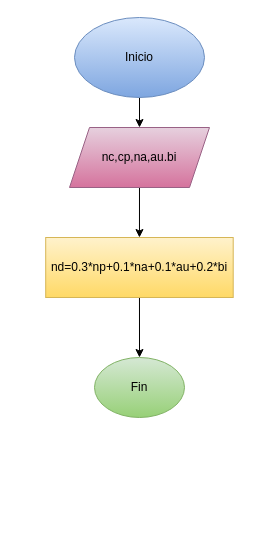
This is diagrama.drawio from mariaangeli/nota_definitiva_asignatura, a draw.io file, before an edit. Source tidied: cells renumbered, new cells numbered last; positions are measured from the earlier drawing's top-left corner, leaving out a move shared by most shapes. Both pictures are drawn from the tidied source at 100%, with x=0, y=0 at pixel (45, 17).
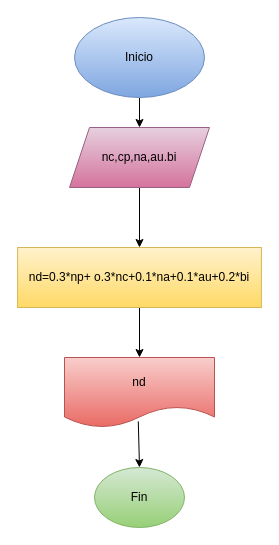
The same diagram, later.

Commit message (it also covers changes not shown here):
se creo formula de nota definitiva

What changed in the source:
```diff
@@
 <mxGraphModel>
   <root>
     <mxCell id="0" />
     <mxCell id="1" parent="0" />
     <mxCell id="2" style="edgeStyle=none;html=1;" parent="1" edge="1" source="3" target="5">
       <mxGeometry relative="1" as="geometry" />
     </mxCell>
     <mxCell id="3" value="&lt;font color=&quot;#000000&quot;&gt;Inicio&lt;/font&gt;" style="ellipse;whiteSpace=wrap;html=1;fillColor=#dae8fc;gradientColor=#7ea6e0;strokeColor=#6c8ebf;" parent="1" vertex="1">
       <mxGeometry x="29" width="130" height="80" as="geometry" />
     </mxCell>
     <mxCell id="4" style="edgeStyle=none;html=1;" parent="1" edge="1" source="5" target="7">
       <mxGeometry relative="1" as="geometry" />
     </mxCell>
     <mxCell id="5" value="&lt;font color=&quot;#000000&quot;&gt;nc,cp,na,au.bi&lt;/font&gt;" style="shape=parallelogram;perimeter=parallelogramPerimeter;whiteSpace=wrap;html=1;fixedSize=1;fillColor=#e6d0de;gradientColor=#d5739d;strokeColor=#996185;" parent="1" vertex="1">
       <mxGeometry x="24" y="110" width="140" height="60" as="geometry" />
     </mxCell>
-    <mxCell id="6" style="edgeStyle=none;html=1;" parent="1" edge="1" source="7" target="8">
+    <mxCell id="6" style="edgeStyle=none;html=1;exitX=0.5;exitY=1;exitDx=0;exitDy=0;entryX=0.5;entryY=0;entryDx=0;entryDy=0;" parent="1" edge="1" source="7" target="9">
       <mxGeometry relative="1" as="geometry" />
     </mxCell>
-    <mxCell id="7" value="&lt;font color=&quot;#000000&quot;&gt;nd=0.3*np+0.1*na+0.1*au+0.2*bi&lt;/font&gt;" style="whiteSpace=wrap;html=1;fillColor=#fff2cc;gradientColor=#ffd966;strokeColor=#d6b656;" parent="1" vertex="1">
-      <mxGeometry x="0.2" y="220" width="187.5" height="60" as="geometry" />
+    <mxCell id="7" value="&lt;font color=&quot;#000000&quot;&gt;nd=0.3*np+ o.3*nc+0.1*na+0.1*au+0.2*bi&lt;/font&gt;" style="whiteSpace=wrap;html=1;fillColor=#fff2cc;gradientColor=#ffd966;strokeColor=#d6b656;" parent="1" vertex="1">
+      <mxGeometry x="-27.9" y="230" width="243.8" height="60" as="geometry" />
     </mxCell>
     <mxCell id="8" value="&lt;font color=&quot;#000000&quot;&gt;Fin&lt;/font&gt;" style="ellipse;whiteSpace=wrap;html=1;fillColor=#d5e8d4;gradientColor=#97d077;strokeColor=#82b366;" parent="1" vertex="1">
-      <mxGeometry x="49" y="340" width="90" height="60" as="geometry" />
+      <mxGeometry x="49" y="450" width="90" height="60" as="geometry" />
     </mxCell>
+    <mxCell id="9" value="&lt;font color=&quot;#000000&quot;&gt;nd&lt;/font&gt;" style="shape=document;whiteSpace=wrap;html=1;boundedLbl=1;fillColor=#f8cecc;gradientColor=#ea6b66;strokeColor=#b85450;" parent="1" vertex="1">
+      <mxGeometry x="19" y="340" width="150" height="70" as="geometry" />
+    </mxCell>
+    <mxCell id="10" style="endArrow=classic;html=1;fontColor=#000000;exitX=0.492;exitY=0.913;exitDx=0;exitDy=0;exitPerimeter=0;entryX=0.5;entryY=0;entryDx=0;entryDy=0;" parent="1" edge="1" source="9" target="8">
+      <mxGeometry relative="1" as="geometry" />
+    </mxCell>
   </root>
 </mxGraphModel>
```
